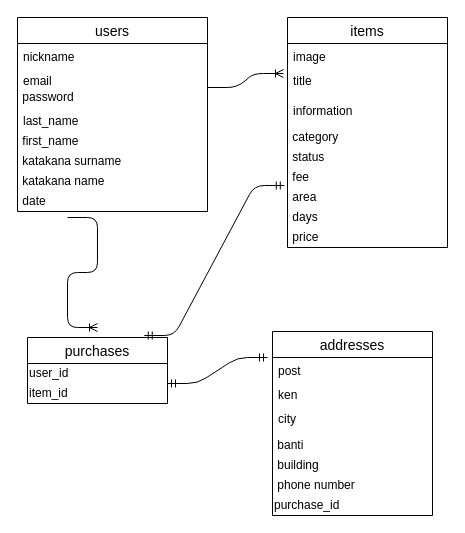
The draw.io diagram er.dio in snoopy900/furima-33454, before the edit. Source tidied: cells renumbered, new cells numbered last; positions are measured from the earlier drawing's top-left corner, leaving out a move shared by most shapes. Both pictures are drawn from the tidied source at 100%, with x=0, y=0 at pixel (17, 17).
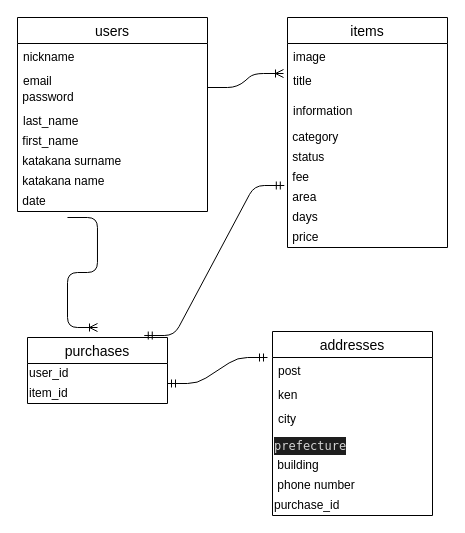
Above is the later version.

The change refers to these unchanged cells:
```xml
<mxCell id="24" value="addresses" style="swimlane;fontStyle=0;horizontal=1;startSize=26;align=center;fontSize=14;" parent="1" vertex="1">
  <mxGeometry x="255" y="314" width="160" height="184" as="geometry" />
</mxCell>
```

Diff of the diagram source:
```diff
@@
-    <mxCell id="28" value="&amp;nbsp;banti" style="text;html=1;align=left;verticalAlign=middle;fillColor=none;strokeColor=none;rounded=0;" parent="24" vertex="1">
+    <mxCell id="28" value="&lt;div style=&quot;color: rgb(212 , 212 , 212) ; background-color: rgb(30 , 30 , 30) ; font-family: &amp;#34;menlo&amp;#34; , &amp;#34;monaco&amp;#34; , &amp;#34;courier new&amp;#34; , monospace ; line-height: 18px&quot;&gt;prefecture&lt;/div&gt;" style="text;html=1;align=left;verticalAlign=middle;fillColor=none;strokeColor=none;rounded=0;" parent="24" vertex="1">
       <mxGeometry y="104" width="160" height="20" as="geometry" />
     </mxCell>
```
